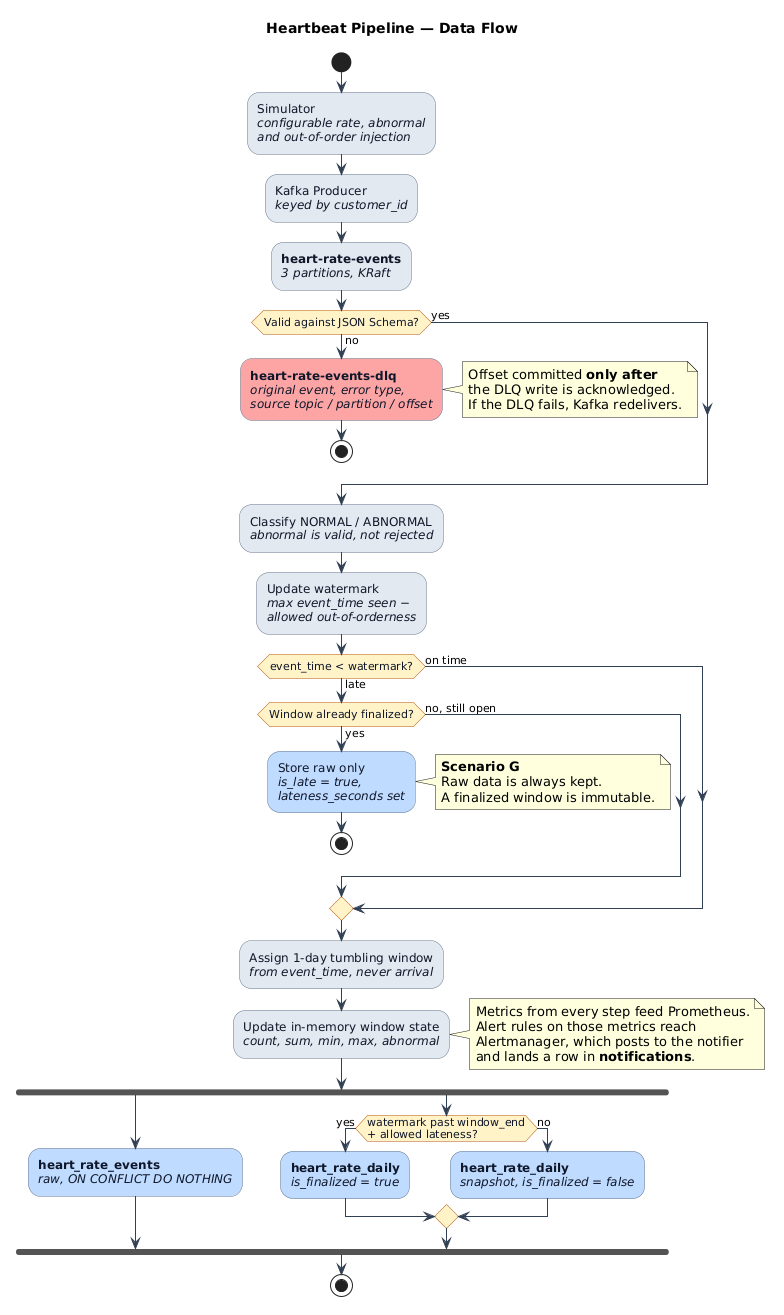
fmukama/customer-heart-beat-monitoring-system keeps this PlantUML diagram as docs/dataflow.png. Above is the earlier version.
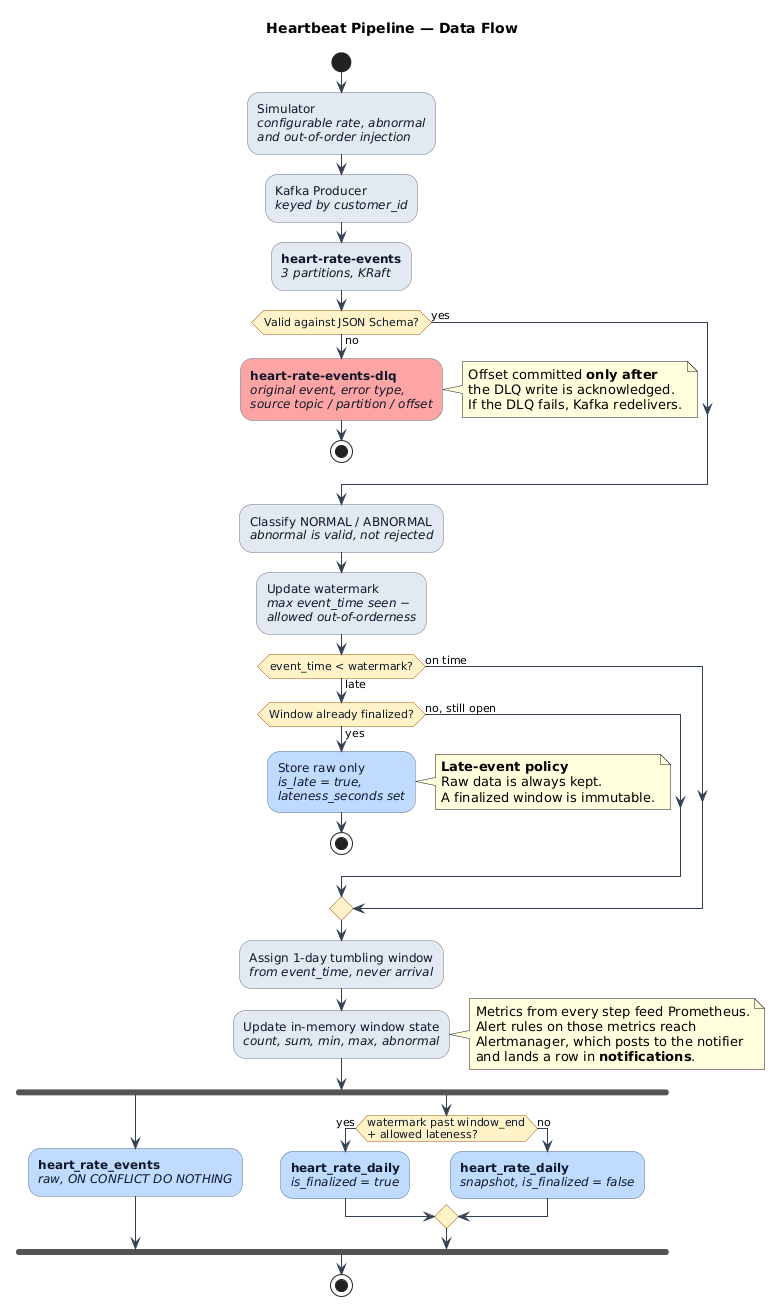
Later version of the same file.

Diff of the diagram source:
```diff
@@ -52,7 +52,7 @@
     //is_late = true,//
     //lateness_seconds set//; <<#BFDBFE>>
     note right
-      **Scenario G**
+      **Late-event policy**
       Raw data is always kept.
       A finalized window is immutable.
     end note
```
